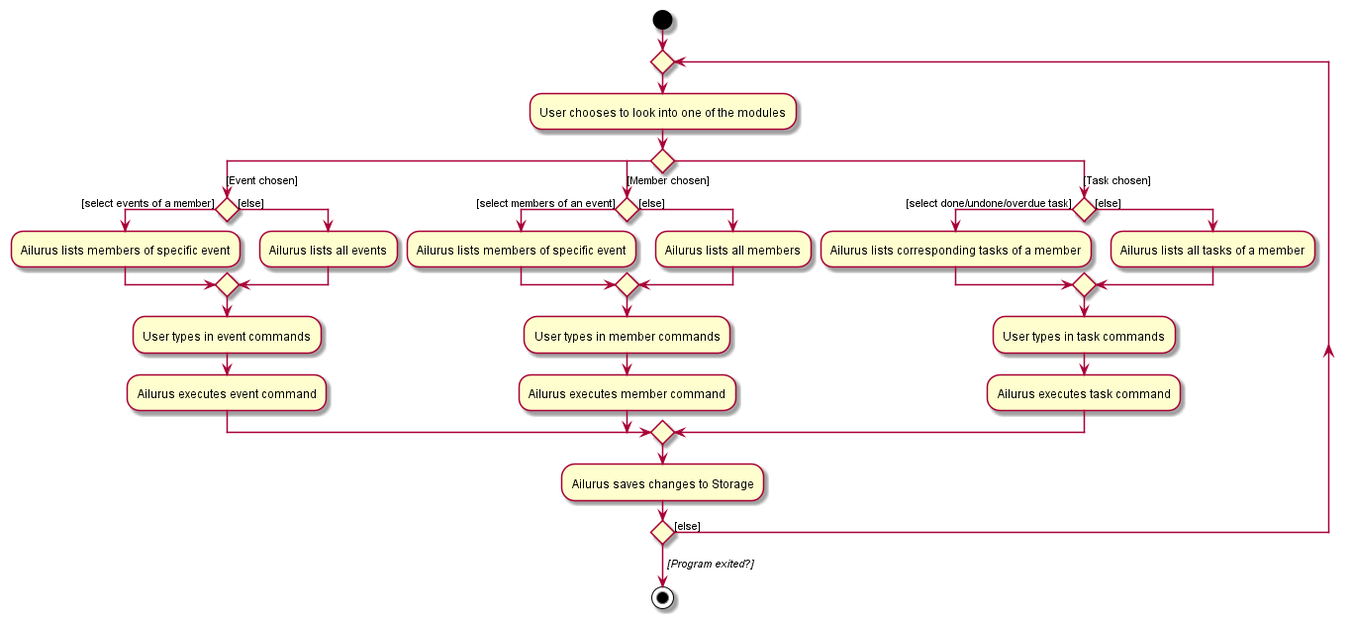
Before: docs/images/CommandActivityDiagram.png, a diagram exported from PlantUML (nus-cs2103-AY2122S1/tp). Source of this version:
```plantuml
@startuml
start
repeat
:User chooses to look into one of the modules;
switch ()
case ([Event chosen])
    if () then ([select events of a member])
        :Ailurus lists members of specific event;
    else ([else])
        :Ailurus lists all events;
    endif
    :User types in event commands;
    :Ailurus executes event command;
case ([Member chosen])
    if () then ([select members of an event])
        :Ailurus lists members of specific event;
    else ([else])
        :Ailurus lists all members;
    endif
    :User types in member commands;
    :Ailurus executes member command;
case ([Task chosen])
    if () then ([select done/undone/overdue task])
        :Ailurus lists corresponding tasks of a member;
    else ([else])
        :Ailurus lists all tasks of a member;
    endif
    :User types in task commands;
    :Ailurus executes task command;
endswitch
:Ailurus saves changes to Storage;
repeat while () is ([else])
->//[Program exited?]//;
stop
@enduml
```
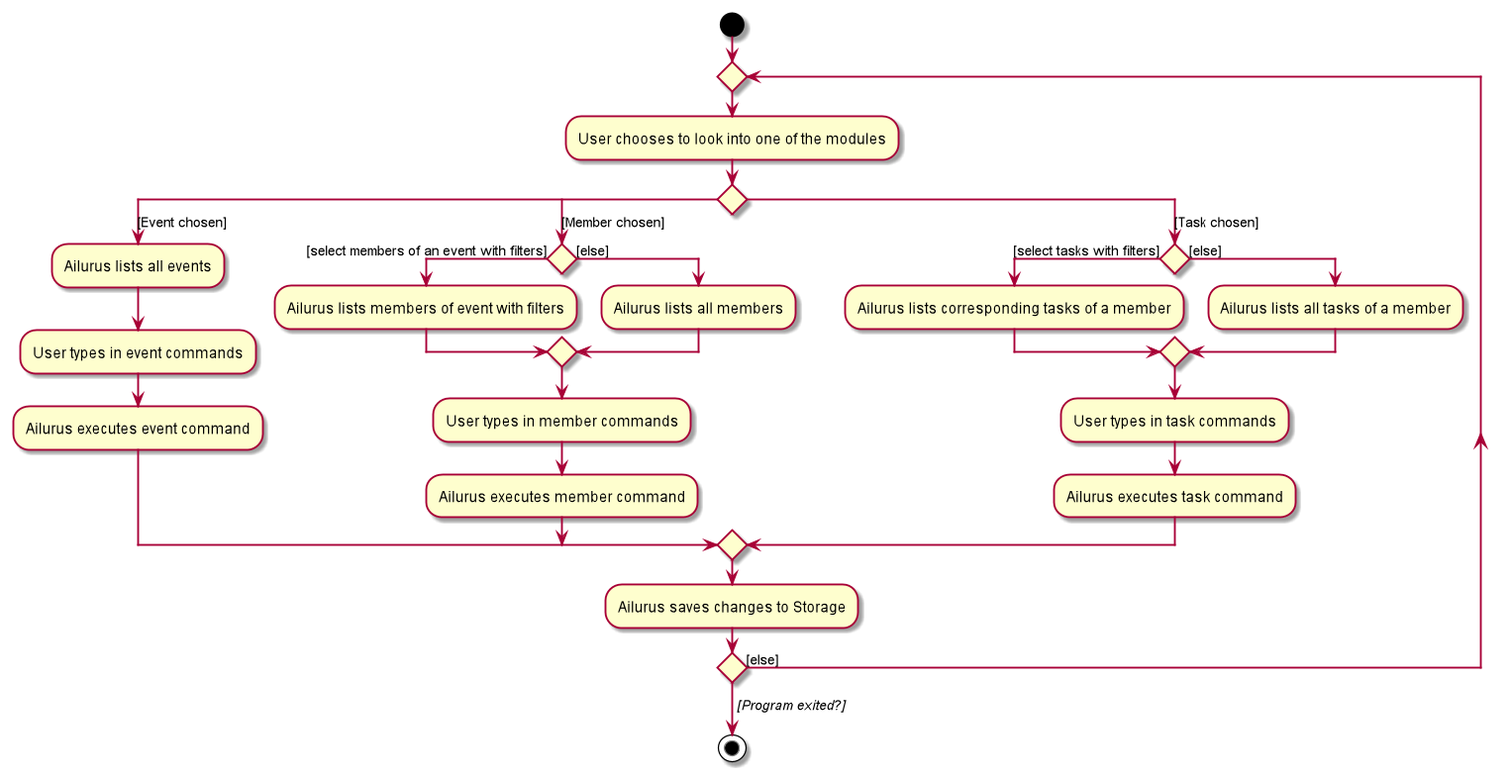
After the change.

The edit, as a diff of the source:
```diff
@@ -4,23 +4,19 @@
 :User chooses to look into one of the modules;
 switch ()
 case ([Event chosen])
-    if () then ([select events of a member])
-        :Ailurus lists members of specific event;
-    else ([else])
-        :Ailurus lists all events;
-    endif
+    :Ailurus lists all events;
     :User types in event commands;
     :Ailurus executes event command;
 case ([Member chosen])
-    if () then ([select members of an event])
-        :Ailurus lists members of specific event;
+    if () then ([select members of an event with filters])
+        :Ailurus lists members of event with filters;
     else ([else])
         :Ailurus lists all members;
     endif
     :User types in member commands;
     :Ailurus executes member command;
 case ([Task chosen])
-    if () then ([select done/undone/overdue task])
+    if () then ([select tasks with filters])
         :Ailurus lists corresponding tasks of a member;
     else ([else])
         :Ailurus lists all tasks of a member;
```
